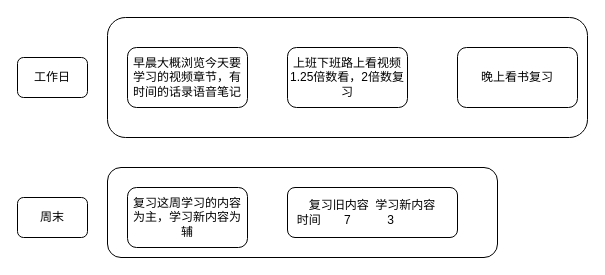
Above: 正常的学习流程.drawio in Chenguoqing2008/drawio (draw.io), before the change. Source tidied: cells renumbered, new cells numbered last; positions are measured from the earlier drawing's top-left corner, leaving out a move shared by most shapes. Both pictures are drawn from the tidied source at 100%, with x=0, y=0 at pixel (17, 17).
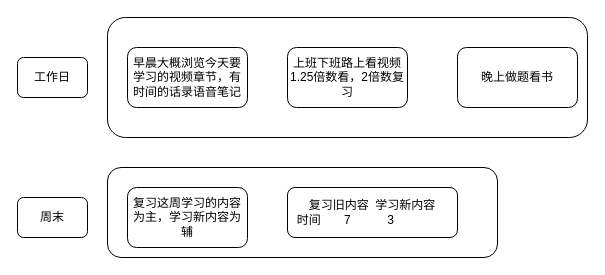
After the change.

Commit message (it also covers changes not shown here):
Update 正常的学习流程.drawio

Diff of the diagram source:
```diff
@@
 <mxGraphModel>
   <root>
     <mxCell id="0" />
     <mxCell id="1" parent="0" />
     <mxCell id="2" style="rounded=1;whiteSpace=wrap;html=1;" parent="1" vertex="1">
       <mxGeometry x="90" y="150" width="390" height="90" as="geometry" />
     </mxCell>
     <mxCell id="3" style="rounded=1;whiteSpace=wrap;html=1;" parent="1" vertex="1">
       <mxGeometry x="90" width="480" height="120" as="geometry" />
     </mxCell>
     <mxCell id="4" value="早晨大概浏览今天要学习的视频章节，有时间的话录语音笔记" style="rounded=1;whiteSpace=wrap;html=1;" parent="1" vertex="1">
       <mxGeometry x="110" y="30" width="120" height="60" as="geometry" />
     </mxCell>
     <mxCell id="5" value="工作日" style="rounded=1;whiteSpace=wrap;html=1;" parent="1" vertex="1">
       <mxGeometry y="40" width="70" height="40" as="geometry" />
     </mxCell>
     <mxCell id="6" value="上班下班路上看视频1.25倍数看，2倍数复习" style="rounded=1;whiteSpace=wrap;html=1;" parent="1" vertex="1">
       <mxGeometry x="270" y="30" width="120" height="60" as="geometry" />
     </mxCell>
-    <mxCell id="7" value="晚上看书复习" style="rounded=1;whiteSpace=wrap;html=1;" parent="1" vertex="1">
+    <mxCell id="7" value="晚上做题看书" style="rounded=1;whiteSpace=wrap;html=1;" parent="1" vertex="1">
       <mxGeometry x="440" y="30" width="120" height="60" as="geometry" />
     </mxCell>
     <mxCell id="8" value="周末" style="rounded=1;whiteSpace=wrap;html=1;" parent="1" vertex="1">
       <mxGeometry y="180" width="70" height="40" as="geometry" />
     </mxCell>
     <mxCell id="9" value="复习这周学习的内容为主，学习新内容为辅" style="rounded=1;whiteSpace=wrap;html=1;" parent="1" vertex="1">
       <mxGeometry x="110" y="170" width="120" height="60" as="geometry" />
     </mxCell>
     <mxCell id="10" value="复习旧内容&amp;nbsp; 学习新内容&lt;br&gt;时间&amp;nbsp; &amp;nbsp; &amp;nbsp; &amp;nbsp;7&amp;nbsp; &amp;nbsp; &amp;nbsp; &amp;nbsp; &amp;nbsp; &amp;nbsp;3&amp;nbsp; &amp;nbsp; &amp;nbsp; &amp;nbsp; &amp;nbsp; &amp;nbsp; &amp;nbsp; &amp;nbsp;&amp;nbsp;&lt;br&gt;" style="rounded=1;whiteSpace=wrap;html=1;" parent="1" vertex="1">
       <mxGeometry x="270" y="170" width="170" height="50" as="geometry" />
     </mxCell>
   </root>
 </mxGraphModel>
```
